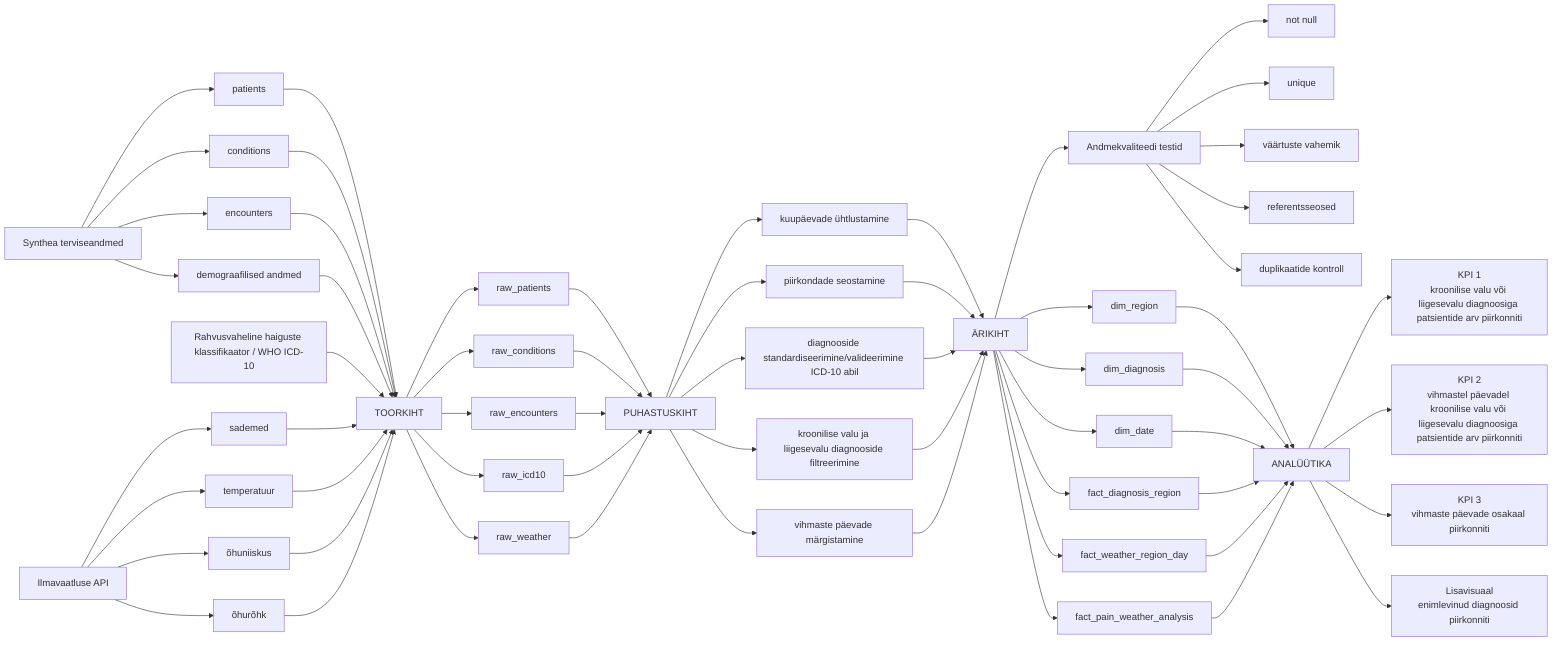
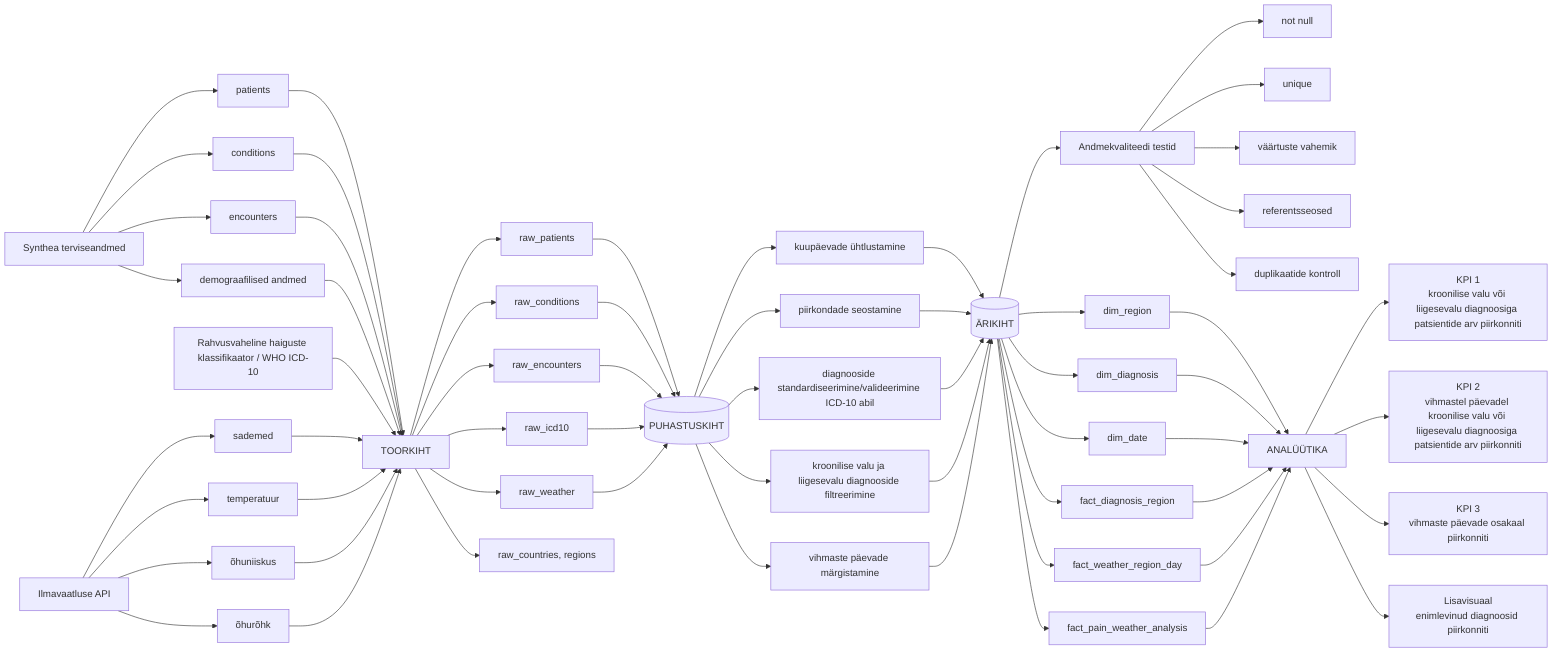
%% Andmevoo vooskeem

flowchart LR

    %% =========================
    %% ALGALLIKAD
    %% =========================
    A[Synthea terviseandmed]
    A1[patients]
    A2[conditions]
    A3[encounters]
    A4[demograafilised andmed]

    B1[Rahvusvaheline haiguste klassifikaator / WHO ICD-10]

    C[Ilmavaatluse API]
    C1[sademed]
    C2[temperatuur]
    C3[õhuniiskus]
    C4[õhurõhk]

    A --> A1
    A --> A2
    A --> A3
    A --> A4

    C --> C1
    C --> C2
    C --> C3
    C --> C4

    %% =========================
    %% TOORKIHT / PRONKS KIHT
    %% =========================
    D[TOORKIHT]

    A1 --> D
    A2 --> D
    A3 --> D
    A4 --> D
    B1 --> D
    C1 --> D
    C2 --> D
    C3 --> D
    C4 --> D

    E1[raw_patients]
    E2[raw_conditions]
    E3[raw_encounters]
    E4[raw_icd10]
    E5[raw_weather]
+     E6[raw_countries, regions]

    D --> E1
    D --> E2
    D --> E3
    D --> E4
    D --> E5
+     D --> E6

    %% =========================
    %% PUHASTUSKIHT / HÕBE KIHT
    %% =========================
-     F[PUHASTUSKIHT ]
+     F[(PUHASTUSKIHT)]
    F1[kuupäevade ühtlustamine]
    F2[piirkondade seostamine]
    F3[diagnooside standardiseerimine/valideerimine ICD-10 abil]
    F4[kroonilise valu ja liigesevalu diagnooside filtreerimine]
    F5[vihmaste päevade märgistamine]

    E1 --> F
    E2 --> F
    E3 --> F
    E4 --> F
    E5 --> F

    F --> F1
    F --> F2
    F --> F3
    F --> F4
    F --> F5

    %% =========================
    %% ÄRIKIHT / KULD KIHT
    %% =========================
-     G[ÄRIKIHT]
+     G[(ÄRIKIHT)]
    G1[dim_region]
    G2[dim_diagnosis]
    G3[dim_date]
    G4[fact_diagnosis_region]
    G5[fact_weather_region_day]
    G6[fact_pain_weather_analysis]

    F1 --> G
    F2 --> G
    F3 --> G
    F4 --> G
    F5 --> G

    G --> G1
    G --> G2
    G --> G3
    G --> G4
    G --> G5
    G --> G6

    %% =========================
    %% ANDMEKVALITEET
    %% =========================
    H[Andmekvaliteedi testid]
    H1[not null]
    H2[unique]
    H3[väärtuste vahemik]
    H4[referentsseosed]
    H5[duplikaatide kontroll]

    G --> H

    H --> H1
    H --> H2
    H --> H3
    H --> H4
    H --> H5

    %% =========================
    %% ANALÜÜTIKA / VISUAALID
    %% =========================
    I[ANALÜÜTIKA]
    I1[KPI 1<br/>kroonilise valu või liigesevalu diagnoosiga patsientide arv piirkonniti]
    I2[KPI 2<br/>vihmastel päevadel kroonilise valu või liigesevalu diagnoosiga patsientide arv piirkonniti]
    I3[KPI 3<br/>vihmaste päevade osakaal piirkonniti]
    I4[Lisavisuaal<br/>enimlevinud diagnoosid piirkonniti]

    G1 --> I
    G2 --> I
    G3 --> I
    G4 --> I
    G5 --> I
    G6 --> I

    I --> I1
    I --> I2
    I --> I3
    I --> I4